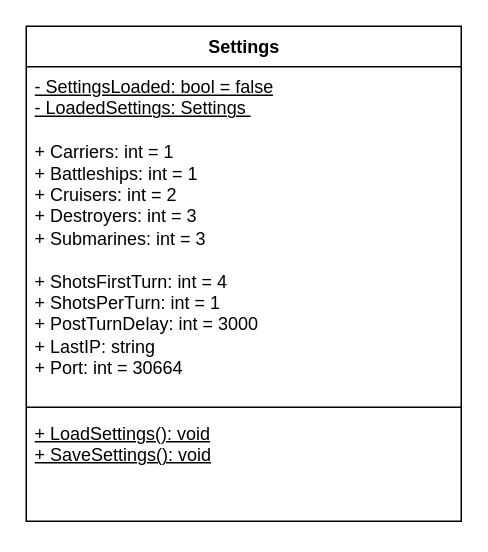
Above: Draw.IO/BattleshipMP-ClassDiagram.drawio in Oscariremma/Battleship2pMP (draw.io), before the change. Source tidied: cells renumbered, new cells numbered last; positions are measured from the earlier drawing's top-left corner, leaving out a move shared by most shapes. Both pictures are drawn from the tidied source at 150%, with x=0, y=0 at pixel (26, 26).
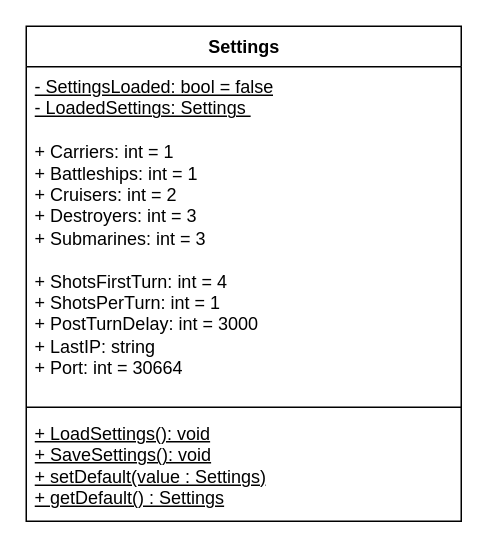
The same diagram, later.

Commit message:
Finished class diagram of Settings

Change to the diagram source:
```diff
@@
 <mxGraphModel>
   <root>
     <mxCell id="0" />
     <mxCell id="1" parent="0" />
     <mxCell id="2" value="Settings" style="swimlane;fontStyle=1;align=center;verticalAlign=top;horizontal=1;startSize=27;html=1;" parent="1" vertex="1">
       <mxGeometry width="290" height="330" as="geometry" />
     </mxCell>
     <mxCell id="3" value="&lt;u&gt;- SettingsLoaded: bool = false&lt;br&gt;- LoadedSettings: Settings&amp;nbsp;&lt;/u&gt;&lt;br&gt;&lt;br&gt;+ Carriers: int = 1&lt;br&gt;+ Battleships: int = 1&lt;br&gt;+ Cruisers: int = 2&lt;br&gt;+ Destroyers: int = 3&lt;br&gt;+ Submarines: int = 3&lt;br&gt;&lt;br&gt;+ ShotsFirstTurn: int = 4&lt;br&gt;+ ShotsPerTurn: int = 1&lt;br&gt;+ PostTurnDelay: int = 3000&lt;br&gt;+ LastIP: string&lt;br&gt;+ Port: int = 30664" style="text;strokeColor=none;fillColor=none;align=left;verticalAlign=top;spacingLeft=4;spacingRight=4;overflow=hidden;fontStyle=0;html=1;" parent="2" vertex="1">
       <mxGeometry y="27" width="290" height="223" as="geometry" />
     </mxCell>
     <mxCell id="4" style="line;strokeWidth=1;fillColor=none;align=left;verticalAlign=middle;spacingTop=-1;spacingLeft=3;spacingRight=3;labelPosition=right;" parent="2" vertex="1">
       <mxGeometry y="250" width="290" height="8" as="geometry" />
     </mxCell>
-    <mxCell id="5" value="&lt;u&gt;+ LoadSettings(): void&lt;br&gt;+ SaveSettings(): void&lt;br&gt;&lt;/u&gt;" style="text;strokeColor=none;fillColor=none;align=left;verticalAlign=top;spacingLeft=4;spacingRight=4;overflow=hidden;html=1;" parent="2" vertex="1">
+    <mxCell id="5" value="&lt;u&gt;+ LoadSettings(): void&lt;br&gt;+ SaveSettings(): void&lt;br&gt;+ setDefault(value : Settings)&lt;br&gt;+ getDefault() : Settings&lt;br&gt;&lt;/u&gt;" style="text;strokeColor=none;fillColor=none;align=left;verticalAlign=top;spacingLeft=4;spacingRight=4;overflow=hidden;html=1;" parent="2" vertex="1">
       <mxGeometry y="258" width="290" height="72" as="geometry" />
     </mxCell>
   </root>
 </mxGraphModel>
```
